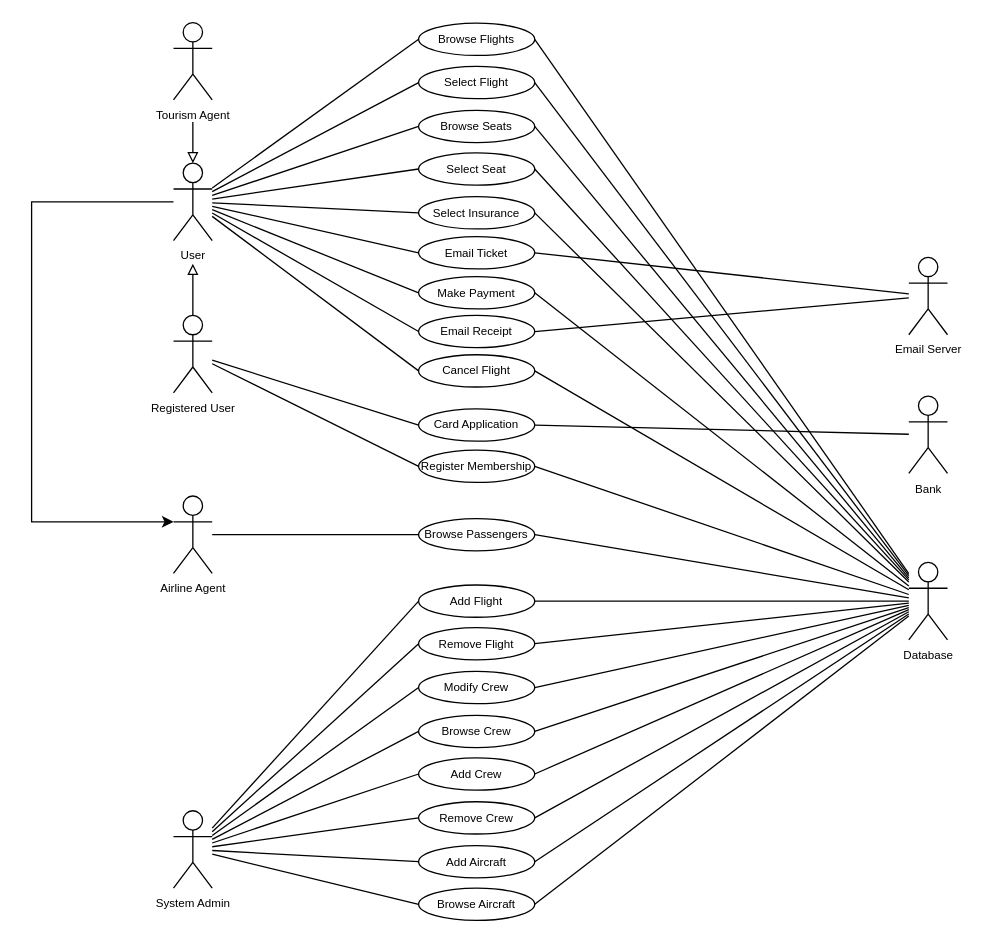
jsugimoto99/ENSF-614---Group-12 keeps this draw.io diagram as Diagrams/UseCaseDiagram1.drawio. Above is the earlier version. Source tidied: cells renumbered, new cells numbered last; positions are measured from the earlier drawing's top-left corner, leaving out a move shared by most shapes. Both pictures are drawn from the tidied source at 129%, with x=0, y=0 at pixel (31, 22).
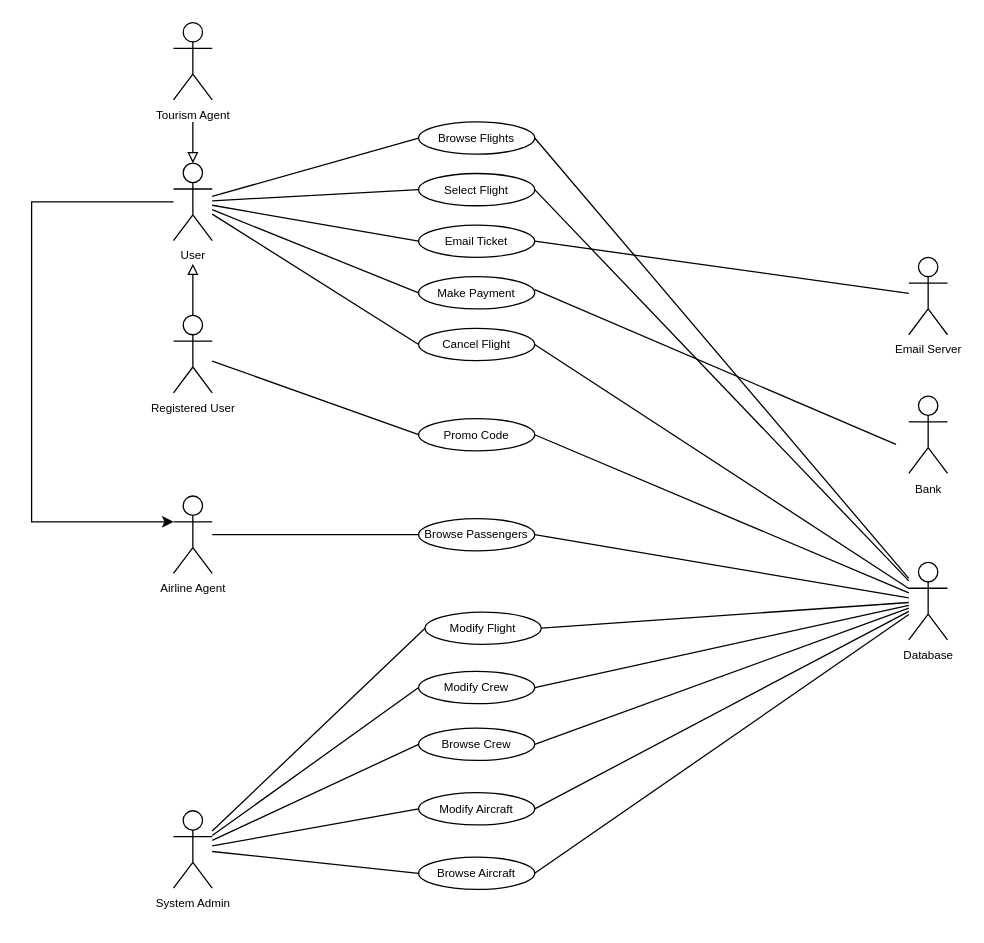
The same page after the edit.

Commit message:
Updated Use case diagram

The change refers to these unchanged cells:
```xml
<mxCell id="10" value="User" style="shape=umlActor;verticalLabelPosition=bottom;verticalAlign=top;html=1;outlineConnect=0;fontSize=9;" parent="1" vertex="1">
  <mxGeometry x="110" y="109" width="30" height="60" as="geometry" />
</mxCell>
<mxCell id="14" value="Registered User" style="shape=umlActor;verticalLabelPosition=bottom;verticalAlign=top;html=1;outlineConnect=0;fontSize=9;" parent="1" vertex="1">
  <mxGeometry x="110" y="227" width="30" height="60" as="geometry" />
</mxCell>
<mxCell id="22" value="System Admin" style="shape=umlActor;verticalLabelPosition=bottom;verticalAlign=top;html=1;outlineConnect=0;fontSize=9;" parent="1" vertex="1">
  <mxGeometry x="110" y="611" width="30" height="60" as="geometry" />
</mxCell>
<mxCell id="68" value="Database" style="shape=umlActor;verticalLabelPosition=bottom;verticalAlign=top;html=1;outlineConnect=0;fontSize=9;" parent="1" vertex="1">
  <mxGeometry x="680" y="418.5" width="30" height="60" as="geometry" />
</mxCell>
<mxCell id="71" value="Make Payment" style="ellipse;whiteSpace=wrap;html=1;fontSize=9;" parent="1" vertex="1">
  <mxGeometry x="300" y="197" width="90" height="25" as="geometry" />
</mxCell>
<mxCell id="72" value="Email Server" style="shape=umlActor;verticalLabelPosition=bottom;verticalAlign=top;html=1;outlineConnect=0;fontSize=9;" parent="1" vertex="1">
  <mxGeometry x="680" y="182" width="30" height="60" as="geometry" />
</mxCell>
<mxCell id="73" value="Bank" style="shape=umlActor;verticalLabelPosition=bottom;verticalAlign=top;html=1;outlineConnect=0;fontSize=9;" parent="1" vertex="1">
  <mxGeometry x="680" y="289.5" width="30" height="60" as="geometry" />
</mxCell>
```

Change to the diagram source:
```diff
@@
-    <mxCell id="4" style="edgeStyle=none;rounded=0;jettySize=auto;html=1;startArrow=none;startFill=0;endArrow=none;endFill=0;entryX=0;entryY=0.5;entryDx=0;entryDy=0;" parent="1" edge="1" source="10" target="28">
-      <mxGeometry relative="1" as="geometry" />
-    </mxCell>
-    <mxCell id="5" style="edgeStyle=none;rounded=0;jettySize=auto;html=1;startArrow=none;startFill=0;endArrow=none;endFill=0;entryX=0;entryY=0.5;entryDx=0;entryDy=0;" parent="1" edge="1" source="10" target="30">
-      <mxGeometry relative="1" as="geometry" />
-    </mxCell>
-    <mxCell id="6" style="edgeStyle=none;rounded=0;jettySize=auto;html=1;startArrow=none;startFill=0;endArrow=none;endFill=0;entryX=0;entryY=0.5;entryDx=0;entryDy=0;" parent="1" edge="1" source="10" target="33">
-      <mxGeometry relative="1" as="geometry" />
-    </mxCell>
@@
-    <mxCell id="13" style="edgeStyle=none;rounded=0;jettySize=auto;html=1;endArrow=none;endFill=0;entryX=0;entryY=0.5;entryDx=0;entryDy=0;" parent="1" edge="1" source="14" target="63">
-      <mxGeometry relative="1" as="geometry" />
-    </mxCell>
@@
-    <mxCell id="16" style="edgeStyle=none;rounded=0;jettySize=auto;html=1;entryX=0;entryY=0.5;entryDx=0;entryDy=0;endArrow=none;endFill=0;" parent="1" edge="1" source="22" target="51">
-      <mxGeometry relative="1" as="geometry" />
-    </mxCell>
@@
-    <mxCell id="19" style="edgeStyle=none;rounded=0;jettySize=auto;html=1;endArrow=none;endFill=0;entryX=0;entryY=0.5;entryDx=0;entryDy=0;" parent="1" edge="1" source="22" target="57">
-      <mxGeometry relative="1" as="geometry" />
-    </mxCell>
-    <mxCell id="20" style="edgeStyle=none;rounded=0;jettySize=auto;html=1;endArrow=none;endFill=0;entryX=0;entryY=0.5;entryDx=0;entryDy=0;" parent="1" edge="1" source="22" target="59">
-      <mxGeometry relative="1" as="geometry" />
-    </mxCell>
@@
-    <mxCell id="27" style="edgeStyle=none;rounded=0;jettySize=auto;html=1;exitX=1;exitY=0.5;exitDx=0;exitDy=0;endArrow=none;endFill=0;" parent="1" edge="1" source="28" target="68">
-      <mxGeometry relative="1" as="geometry" />
-    </mxCell>
-    <mxCell id="28" value="Browse Seats" style="ellipse;whiteSpace=wrap;html=1;fontSize=9;" parent="1" vertex="1">
-      <mxGeometry x="300" y="68" width="90" height="25" as="geometry" />
-    </mxCell>
-    <mxCell id="29" style="edgeStyle=none;rounded=0;jettySize=auto;html=1;exitX=1;exitY=0.5;exitDx=0;exitDy=0;endArrow=none;endFill=0;" parent="1" edge="1" source="30" target="68">
-      <mxGeometry relative="1" as="geometry" />
-    </mxCell>
-    <mxCell id="30" value="Select Seat" style="ellipse;whiteSpace=wrap;html=1;fontSize=9;" parent="1" vertex="1">
-      <mxGeometry x="300" y="101" width="90" height="25" as="geometry" />
-    </mxCell>
-    <mxCell id="31" style="edgeStyle=none;rounded=0;jettySize=auto;html=1;exitX=1;exitY=0.5;exitDx=0;exitDy=0;endArrow=none;endFill=0;" parent="1" edge="1" source="71" target="68">
-      <mxGeometry relative="1" as="geometry" />
-    </mxCell>
-    <mxCell id="32" style="edgeStyle=none;rounded=0;jettySize=auto;html=1;exitX=1;exitY=0.5;exitDx=0;exitDy=0;endArrow=none;endFill=0;" parent="1" edge="1" source="33" target="68">
-      <mxGeometry relative="1" as="geometry" />
-    </mxCell>
-    <mxCell id="33" value="Select Insurance" style="ellipse;whiteSpace=wrap;html=1;fontSize=9;" parent="1" vertex="1">
-      <mxGeometry x="300" y="135" width="90" height="25" as="geometry" />
-    </mxCell>
@@
     <mxCell id="35" value="Select Flight" style="ellipse;whiteSpace=wrap;html=1;fontSize=9;" parent="1" vertex="1">
-      <mxGeometry x="300" y="34" width="90" height="25" as="geometry" />
+      <mxGeometry x="300" y="117" width="90" height="25" as="geometry" />
     </mxCell>
-    <mxCell id="36" style="edgeStyle=orthogonalEdgeStyle;rounded=0;orthogonalLoop=1;jettySize=auto;html=1;exitX=0.5;exitY=1;exitDx=0;exitDy=0;fontSize=9;startArrow=none;startFill=0;endArrow=none;endFill=0;" parent="1" edge="1" source="33" target="33">
-      <mxGeometry relative="1" as="geometry" />
+    <mxCell id="36" style="edgeStyle=orthogonalEdgeStyle;rounded=0;orthogonalLoop=1;jettySize=auto;html=1;exitX=0.5;exitY=1;exitDx=0;exitDy=0;fontSize=9;startArrow=none;startFill=0;endArrow=none;endFill=0;" parent="1" edge="1">
+      <mxGeometry relative="1" as="geometry">
+        <mxPoint x="345" y="160" as="sourcePoint" />
+        <mxPoint x="345" y="160" as="targetPoint" />
+      </mxGeometry>
     </mxCell>
@@
     <mxCell id="38" value="Email Ticket" style="ellipse;whiteSpace=wrap;html=1;fontSize=9;" parent="1" vertex="1">
-      <mxGeometry x="300" y="166" width="90" height="25" as="geometry" />
+      <mxGeometry x="300" y="157" width="90" height="25" as="geometry" />
     </mxCell>
-    <mxCell id="39" style="edgeStyle=none;rounded=0;jettySize=auto;html=1;exitX=0;exitY=0.5;exitDx=0;exitDy=0;endArrow=none;endFill=0;" parent="1" edge="1" source="41" target="10">
-      <mxGeometry relative="1" as="geometry" />
-    </mxCell>
-    <mxCell id="40" style="edgeStyle=none;rounded=0;jettySize=auto;html=1;exitX=1;exitY=0.5;exitDx=0;exitDy=0;endArrow=none;endFill=0;" parent="1" edge="1" source="41" target="72">
-      <mxGeometry relative="1" as="geometry" />
-    </mxCell>
-    <mxCell id="41" value="Email Receipt" style="ellipse;whiteSpace=wrap;html=1;fontSize=9;" parent="1" vertex="1">
-      <mxGeometry x="300" y="227" width="90" height="25" as="geometry" />
-    </mxCell>
@@
     <mxCell id="45" value="Cancel Flight" style="ellipse;whiteSpace=wrap;html=1;fontSize=9;" parent="1" vertex="1">
-      <mxGeometry x="300" y="257.5" width="90" height="25" as="geometry" />
+      <mxGeometry x="300" y="237" width="90" height="25" as="geometry" />
     </mxCell>
@@
     <mxCell id="47" value="Browse Flights" style="ellipse;whiteSpace=wrap;html=1;fontSize=9;" parent="1" vertex="1">
-      <mxGeometry x="300" y="0.5" width="90" height="25" as="geometry" />
+      <mxGeometry x="300" y="77" width="90" height="25" as="geometry" />
     </mxCell>
@@
-    <mxCell id="49" value="Add Flight" style="ellipse;whiteSpace=wrap;html=1;fontSize=9;" parent="1" vertex="1">
-      <mxGeometry x="300" y="436" width="90" height="25" as="geometry" />
+    <mxCell id="49" value="Modify Flight" style="ellipse;whiteSpace=wrap;html=1;fontSize=9;" parent="1" vertex="1">
+      <mxGeometry x="305" y="457" width="90" height="25" as="geometry" />
     </mxCell>
-    <mxCell id="50" style="edgeStyle=none;rounded=0;jettySize=auto;html=1;exitX=1;exitY=0.5;exitDx=0;exitDy=0;endArrow=none;endFill=0;" parent="1" edge="1" source="51" target="68">
-      <mxGeometry relative="1" as="geometry" />
-    </mxCell>
-    <mxCell id="51" value="Remove Flight" style="ellipse;whiteSpace=wrap;html=1;fontSize=9;" parent="1" vertex="1">
-      <mxGeometry x="300" y="469" width="90" height="25" as="geometry" />
-    </mxCell>
@@
     <mxCell id="55" value="Browse Crew" style="ellipse;whiteSpace=wrap;html=1;fontSize=9;" parent="1" vertex="1">
-      <mxGeometry x="300" y="537" width="90" height="25" as="geometry" />
+      <mxGeometry x="300" y="547" width="90" height="25" as="geometry" />
     </mxCell>
-    <mxCell id="56" style="edgeStyle=none;rounded=0;jettySize=auto;html=1;exitX=1;exitY=0.5;exitDx=0;exitDy=0;endArrow=none;endFill=0;" parent="1" edge="1" source="57" target="68">
-      <mxGeometry relative="1" as="geometry" />
-    </mxCell>
-    <mxCell id="57" value="Add Crew" style="ellipse;whiteSpace=wrap;html=1;fontSize=9;" parent="1" vertex="1">
-      <mxGeometry x="300" y="570" width="90" height="25" as="geometry" />
-    </mxCell>
-    <mxCell id="58" style="edgeStyle=none;rounded=0;jettySize=auto;html=1;exitX=1;exitY=0.5;exitDx=0;exitDy=0;endArrow=none;endFill=0;" parent="1" edge="1" source="59" target="68">
-      <mxGeometry relative="1" as="geometry" />
-    </mxCell>
-    <mxCell id="59" value="Remove Crew" style="ellipse;whiteSpace=wrap;html=1;fontSize=9;" parent="1" vertex="1">
-      <mxGeometry x="300" y="604" width="90" height="25" as="geometry" />
-    </mxCell>
@@
     <mxCell id="61" value="Browse Aircraft" style="ellipse;whiteSpace=wrap;html=1;fontSize=9;" parent="1" vertex="1">
-      <mxGeometry x="300" y="671" width="90" height="25" as="geometry" />
+      <mxGeometry x="300" y="647" width="90" height="25" as="geometry" />
     </mxCell>
-    <mxCell id="62" style="edgeStyle=none;rounded=0;jettySize=auto;html=1;exitX=1;exitY=0.5;exitDx=0;exitDy=0;endArrow=none;endFill=0;" parent="1" edge="1" source="63" target="73">
-      <mxGeometry relative="1" as="geometry" />
-    </mxCell>
-    <mxCell id="63" value="Card Application" style="ellipse;whiteSpace=wrap;html=1;fontSize=9;" parent="1" vertex="1">
-      <mxGeometry x="300" y="299.5" width="90" height="25" as="geometry" />
-    </mxCell>
@@
-    <mxCell id="65" value="Add Aircraft" style="ellipse;whiteSpace=wrap;html=1;fontSize=9;" parent="1" vertex="1">
-      <mxGeometry x="300" y="638" width="90" height="25" as="geometry" />
+    <mxCell id="65" value="Modify Aircraft" style="ellipse;whiteSpace=wrap;html=1;fontSize=9;" parent="1" vertex="1">
+      <mxGeometry x="300" y="597" width="90" height="25" as="geometry" />
     </mxCell>
@@
-    <mxCell id="67" value="Register Membership" style="ellipse;whiteSpace=wrap;html=1;fontSize=9;" parent="1" vertex="1">
-      <mxGeometry x="300" y="331.5" width="90" height="25" as="geometry" />
+    <mxCell id="67" value="Promo Code" style="ellipse;whiteSpace=wrap;html=1;fontSize=9;" parent="1" vertex="1">
+      <mxGeometry x="300" y="307" width="90" height="25" as="geometry" />
     </mxCell>
@@
+    <mxCell id="74" style="edgeStyle=none;rounded=0;orthogonalLoop=1;jettySize=auto;html=1;exitX=1;exitY=0.5;exitDx=0;exitDy=0;endArrow=none;endFill=0;" parent="1" edge="1">
+      <mxGeometry relative="1" as="geometry">
+        <mxPoint x="390" y="207" as="sourcePoint" />
+        <mxPoint x="670" y="327" as="targetPoint" />
+      </mxGeometry>
+    </mxCell>
```
